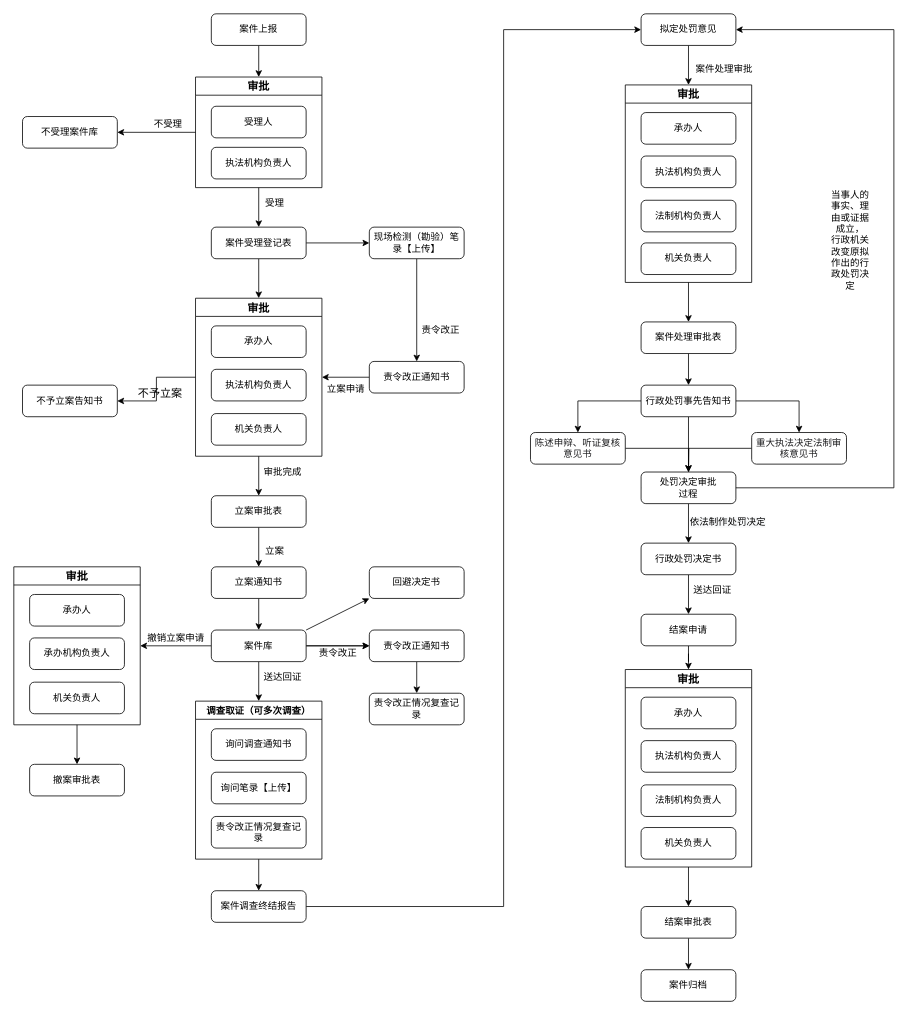
JaceLu/Docs keeps this draw.io diagram as 项目方案/一般流程.drawio. Above is the earlier version. Source tidied: cells renumbered, new cells numbered last; positions are measured from the earlier drawing's top-left corner, leaving out a move shared by most shapes. Both pictures are drawn from the tidied source at 79%, with x=0, y=0 at pixel (13, 13).
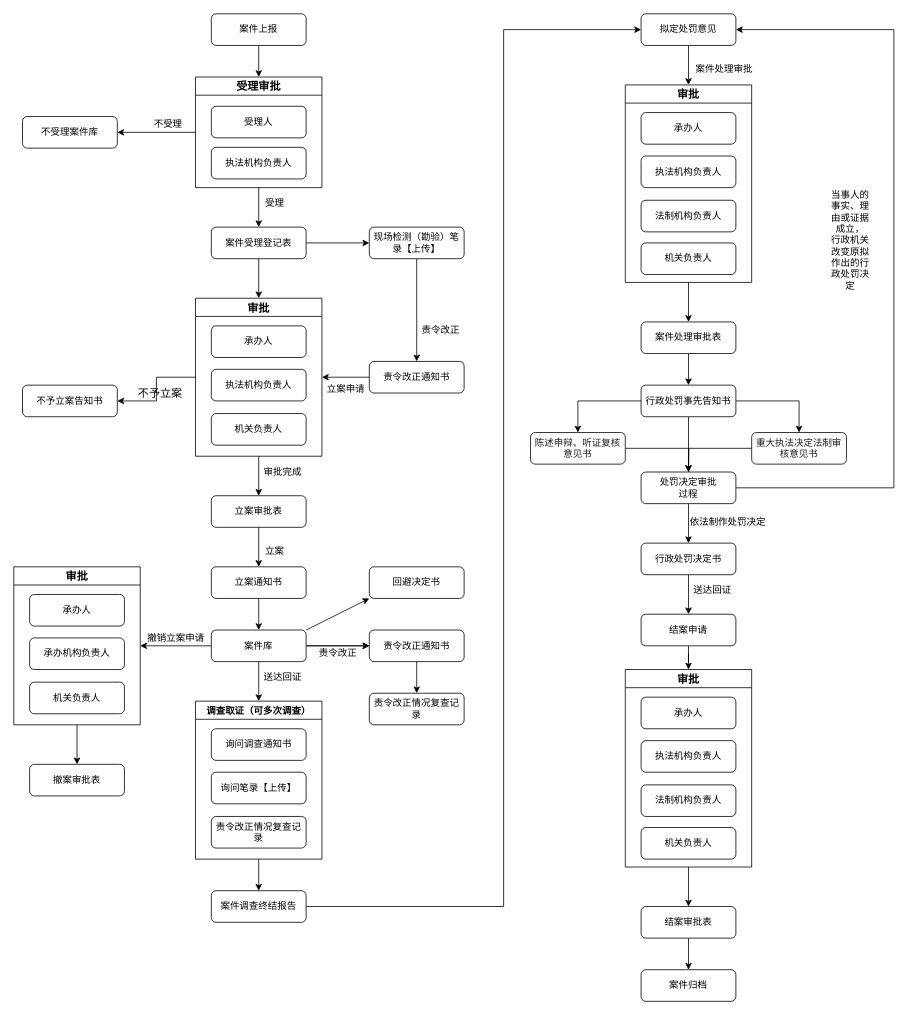
The same diagram, later.

Commit message (it also covers changes not shown here):
更新一般流程.drawio

What changed in the source:
```diff
@@
-    <mxCell id="15" value="审批" style="swimlane;fontSize=14;" parent="1" vertex="1">
+    <mxCell id="15" value="受理审批" style="swimlane;fontSize=14;" parent="1" vertex="1">
       <mxGeometry x="230" y="80" width="160" height="140" as="geometry" />
     </mxCell>
```
